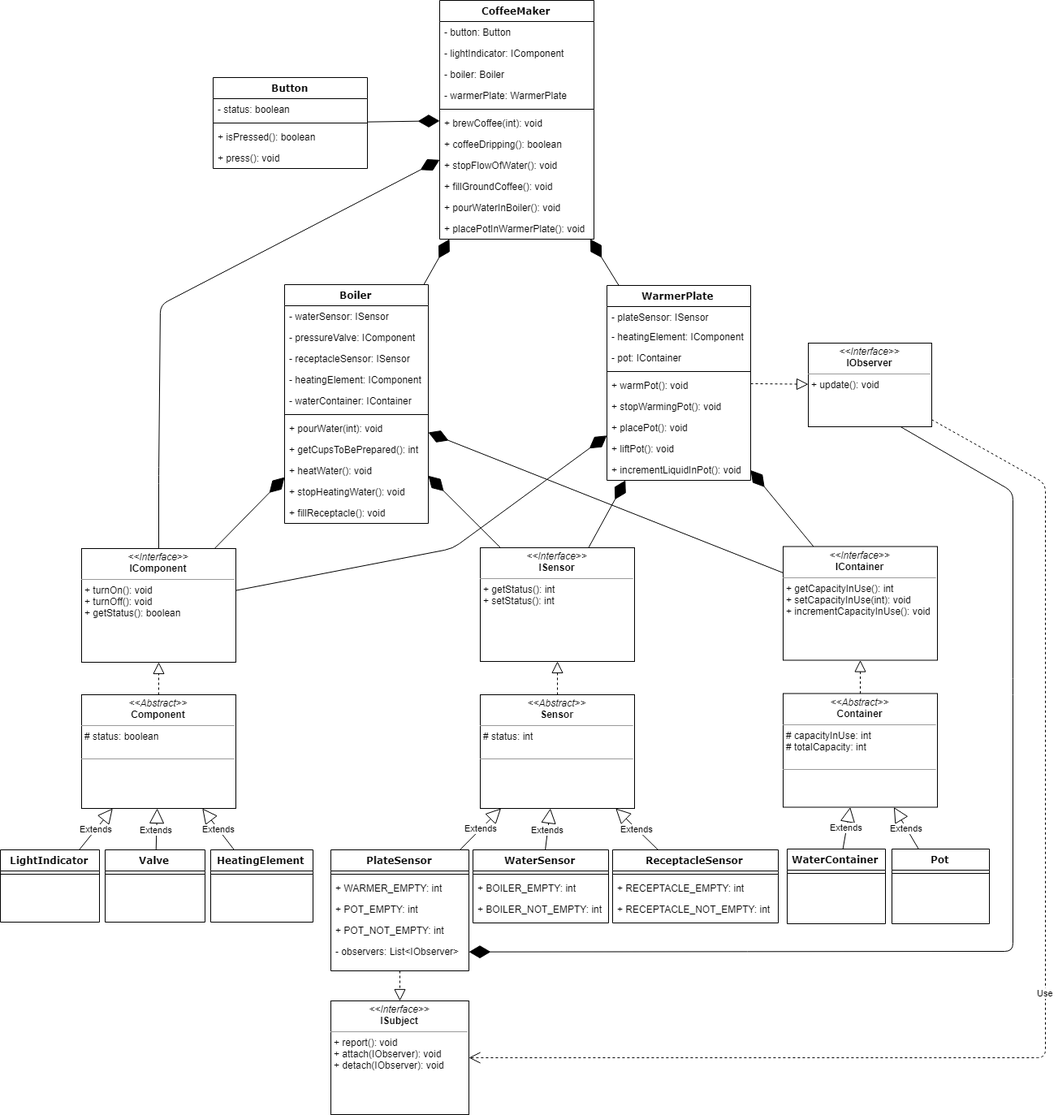
Before: Resources/CoffeeMaker.png, a diagram exported from draw.io (aburgosu/CoffeeMaker-JAM). Source tidied: cells renumbered, new cells last; positions are measured from the earlier drawing's top-left corner, leaving out a move shared by most shapes.
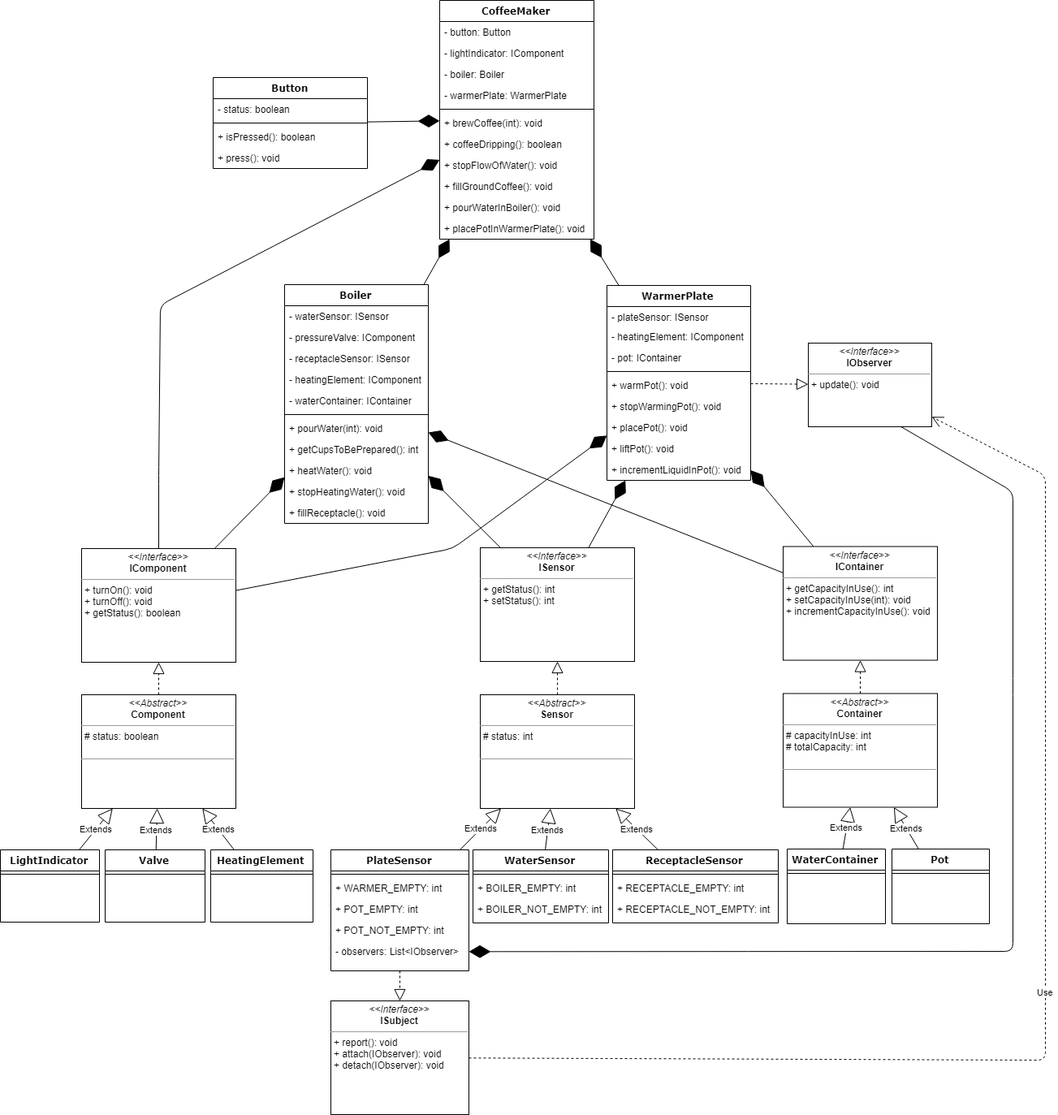
The same diagram one commit later.

Commit message:
Class diagram use relationship arrow fix

Diff of the diagram source:
```diff
@@ -302,11 +302,12 @@
     <mxCell id="96" style="endArrow=block;dashed=1;endFill=0;endSize=12;html=1;" parent="1" edge="1" source="35" target="90">
       <mxGeometry relative="1" as="geometry" />
     </mxCell>
-    <mxCell id="97" value="Use" style="endArrow=open;endSize=12;dashed=1;html=1;" parent="1" edge="1" source="90" target="89">
+    <mxCell id="97" value="Use" style="endArrow=open;endSize=12;dashed=1;html=1;" parent="1" edge="1" source="89" target="90">
       <mxGeometry relative="1" as="geometry">
         <Array as="points">
-          <mxPoint x="1287" y="595" />
-          <mxPoint x="1287" y="1302" />
+          <mxPoint x="1287" y="1305" />
+          <mxPoint x="1287" y="995" />
+          <mxPoint x="1287" y="585" />
         </Array>
       </mxGeometry>
     </mxCell>
```
